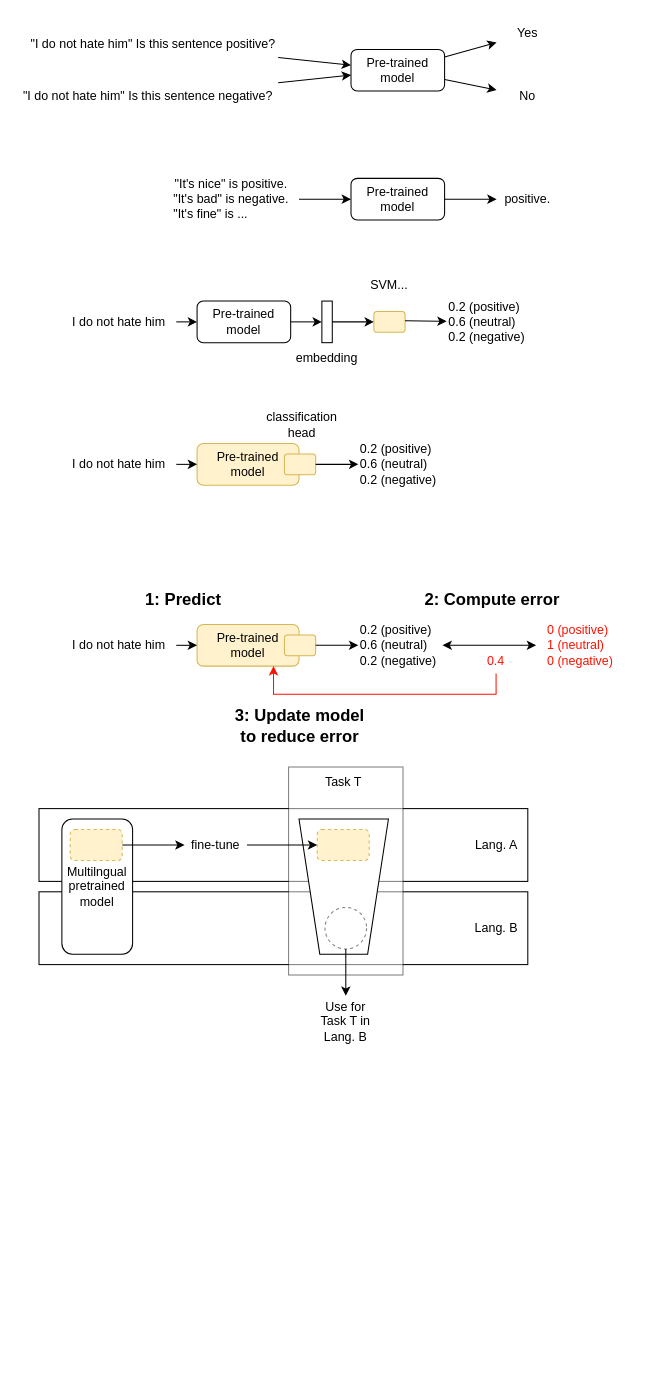
This is ZSLPret.drawio from cerisara/draws, a draw.io file, before an edit. Source tidied: cells renumbered, new cells numbered last; positions are measured from the earlier drawing's top-left corner, leaving out a move shared by most shapes. Both pictures are drawn from the tidied source at 104%, with x=0, y=0 at pixel (18, 18).
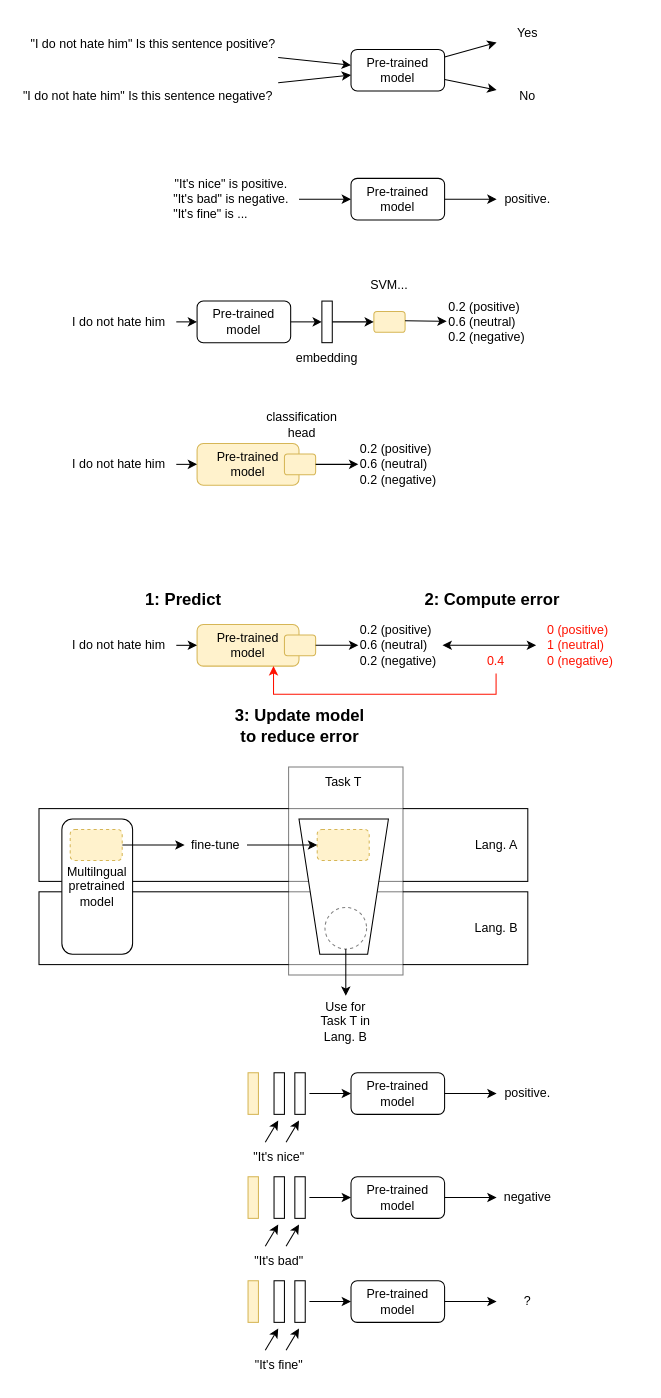
The same page after the edit.

Change to the diagram source:
```diff
@@
+    <mxCell id="63" value="Pre-trained&lt;br&gt;model" style="rounded=1;whiteSpace=wrap;html=1;" parent="1" vertex="1">
+      <mxGeometry x="320" y="1014" width="90" height="40" as="geometry" />
+    </mxCell>
+    <mxCell id="64" value="&quot;It's nice&quot;" style="text;html=1;strokeColor=none;fillColor=none;align=center;verticalAlign=middle;whiteSpace=wrap;rounded=0;" parent="1" vertex="1">
+      <mxGeometry x="206" y="1080" width="90" height="30" as="geometry" />
+    </mxCell>
+    <mxCell id="65" value="positive." style="text;html=1;strokeColor=none;fillColor=none;align=center;verticalAlign=middle;whiteSpace=wrap;rounded=0;" parent="1" vertex="1">
+      <mxGeometry x="460" y="1019" width="60" height="30" as="geometry" />
+    </mxCell>
+    <mxCell id="66" style="endArrow=classic;html=1;rounded=0;" parent="1" edge="1" source="63" target="65">
+      <mxGeometry relative="1" as="geometry" />
+    </mxCell>
+    <mxCell id="67" style="rounded=0;whiteSpace=wrap;html=1;" parent="1" vertex="1">
+      <mxGeometry x="246" y="1014" width="10" height="40" as="geometry" />
+    </mxCell>
+    <mxCell id="68" style="rounded=0;whiteSpace=wrap;html=1;" parent="1" vertex="1">
+      <mxGeometry x="266" y="1014" width="10" height="40" as="geometry" />
+    </mxCell>
+    <mxCell id="69" style="endArrow=classic;html=1;rounded=0;exitX=0.351;exitY=0.026;exitDx=0;exitDy=0;exitPerimeter=0;" parent="1" edge="1" source="64">
+      <mxGeometry relative="1" as="geometry">
+        <mxPoint x="250" y="1060" as="targetPoint" />
+      </mxGeometry>
+    </mxCell>
+    <mxCell id="70" style="endArrow=classic;html=1;rounded=0;exitX=0.351;exitY=0.026;exitDx=0;exitDy=0;exitPerimeter=0;" parent="1" edge="1">
+      <mxGeometry relative="1" as="geometry">
+        <mxPoint x="257.6" y="1080.8" as="sourcePoint" />
+        <mxPoint x="270" y="1060" as="targetPoint" />
+      </mxGeometry>
+    </mxCell>
+    <mxCell id="71" style="rounded=0;whiteSpace=wrap;html=1;fillColor=#fff2cc;strokeColor=#d6b656;" parent="1" vertex="1">
+      <mxGeometry x="221" y="1014" width="10" height="40" as="geometry" />
+    </mxCell>
+    <mxCell id="72" style="endArrow=classic;html=1;rounded=0;entryX=0;entryY=0.5;entryDx=0;entryDy=0;" parent="1" edge="1" target="63">
+      <mxGeometry relative="1" as="geometry">
+        <mxPoint x="280" y="1034" as="sourcePoint" />
+      </mxGeometry>
+    </mxCell>
+    <mxCell id="73" value="Pre-trained&lt;br&gt;model" style="rounded=1;whiteSpace=wrap;html=1;" parent="1" vertex="1">
+      <mxGeometry x="320" y="1114" width="90" height="40" as="geometry" />
+    </mxCell>
+    <mxCell id="74" value="&quot;It's bad&quot;" style="text;html=1;strokeColor=none;fillColor=none;align=center;verticalAlign=middle;whiteSpace=wrap;rounded=0;" parent="1" vertex="1">
+      <mxGeometry x="206" y="1180" width="90" height="30" as="geometry" />
+    </mxCell>
+    <mxCell id="75" value="negative" style="text;html=1;strokeColor=none;fillColor=none;align=center;verticalAlign=middle;whiteSpace=wrap;rounded=0;" parent="1" vertex="1">
+      <mxGeometry x="460" y="1119" width="60" height="30" as="geometry" />
+    </mxCell>
+    <mxCell id="76" style="endArrow=classic;html=1;rounded=0;" parent="1" edge="1" source="73" target="75">
+      <mxGeometry relative="1" as="geometry" />
+    </mxCell>
+    <mxCell id="77" style="rounded=0;whiteSpace=wrap;html=1;" parent="1" vertex="1">
+      <mxGeometry x="246" y="1114" width="10" height="40" as="geometry" />
+    </mxCell>
+    <mxCell id="78" style="rounded=0;whiteSpace=wrap;html=1;" parent="1" vertex="1">
+      <mxGeometry x="266" y="1114" width="10" height="40" as="geometry" />
+    </mxCell>
+    <mxCell id="79" style="endArrow=classic;html=1;rounded=0;exitX=0.351;exitY=0.026;exitDx=0;exitDy=0;exitPerimeter=0;" parent="1" edge="1" source="74">
+      <mxGeometry relative="1" as="geometry">
+        <mxPoint x="250" y="1160" as="targetPoint" />
+      </mxGeometry>
+    </mxCell>
+    <mxCell id="80" style="endArrow=classic;html=1;rounded=0;exitX=0.351;exitY=0.026;exitDx=0;exitDy=0;exitPerimeter=0;" parent="1" edge="1">
+      <mxGeometry relative="1" as="geometry">
+        <mxPoint x="257.6" y="1180.8" as="sourcePoint" />
+        <mxPoint x="270" y="1160" as="targetPoint" />
+      </mxGeometry>
+    </mxCell>
+    <mxCell id="81" style="rounded=0;whiteSpace=wrap;html=1;fillColor=#fff2cc;strokeColor=#d6b656;" parent="1" vertex="1">
+      <mxGeometry x="221" y="1114" width="10" height="40" as="geometry" />
+    </mxCell>
+    <mxCell id="82" style="endArrow=classic;html=1;rounded=0;entryX=0;entryY=0.5;entryDx=0;entryDy=0;" parent="1" edge="1" target="73">
+      <mxGeometry relative="1" as="geometry">
+        <mxPoint x="280" y="1134" as="sourcePoint" />
+      </mxGeometry>
+    </mxCell>
+    <mxCell id="83" value="Pre-trained&lt;br&gt;model" style="rounded=1;whiteSpace=wrap;html=1;" parent="1" vertex="1">
+      <mxGeometry x="320" y="1214" width="90" height="40" as="geometry" />
+    </mxCell>
+    <mxCell id="84" value="&quot;It's fine&quot;" style="text;html=1;strokeColor=none;fillColor=none;align=center;verticalAlign=middle;whiteSpace=wrap;rounded=0;" parent="1" vertex="1">
+      <mxGeometry x="206" y="1280" width="90" height="30" as="geometry" />
+    </mxCell>
+    <mxCell id="85" value="?" style="text;html=1;strokeColor=none;fillColor=none;align=center;verticalAlign=middle;whiteSpace=wrap;rounded=0;" parent="1" vertex="1">
+      <mxGeometry x="460" y="1219" width="60" height="30" as="geometry" />
+    </mxCell>
+    <mxCell id="86" style="endArrow=classic;html=1;rounded=0;" parent="1" edge="1" source="83" target="85">
+      <mxGeometry relative="1" as="geometry" />
+    </mxCell>
+    <mxCell id="87" style="rounded=0;whiteSpace=wrap;html=1;" parent="1" vertex="1">
+      <mxGeometry x="246" y="1214" width="10" height="40" as="geometry" />
+    </mxCell>
+    <mxCell id="88" style="rounded=0;whiteSpace=wrap;html=1;" parent="1" vertex="1">
+      <mxGeometry x="266" y="1214" width="10" height="40" as="geometry" />
+    </mxCell>
+    <mxCell id="89" style="endArrow=classic;html=1;rounded=0;exitX=0.351;exitY=0.026;exitDx=0;exitDy=0;exitPerimeter=0;" parent="1" edge="1" source="84">
+      <mxGeometry relative="1" as="geometry">
+        <mxPoint x="250" y="1260" as="targetPoint" />
+      </mxGeometry>
+    </mxCell>
+    <mxCell id="90" style="endArrow=classic;html=1;rounded=0;exitX=0.351;exitY=0.026;exitDx=0;exitDy=0;exitPerimeter=0;" parent="1" edge="1">
+      <mxGeometry relative="1" as="geometry">
+        <mxPoint x="257.6" y="1280.8" as="sourcePoint" />
+        <mxPoint x="270" y="1260" as="targetPoint" />
+      </mxGeometry>
+    </mxCell>
+    <mxCell id="91" style="rounded=0;whiteSpace=wrap;html=1;fillColor=#fff2cc;strokeColor=#d6b656;" parent="1" vertex="1">
+      <mxGeometry x="221" y="1214" width="10" height="40" as="geometry" />
+    </mxCell>
+    <mxCell id="92" style="endArrow=classic;html=1;rounded=0;entryX=0;entryY=0.5;entryDx=0;entryDy=0;" parent="1" edge="1" target="83">
+      <mxGeometry relative="1" as="geometry">
+        <mxPoint x="280" y="1234" as="sourcePoint" />
+      </mxGeometry>
+    </mxCell>
```
